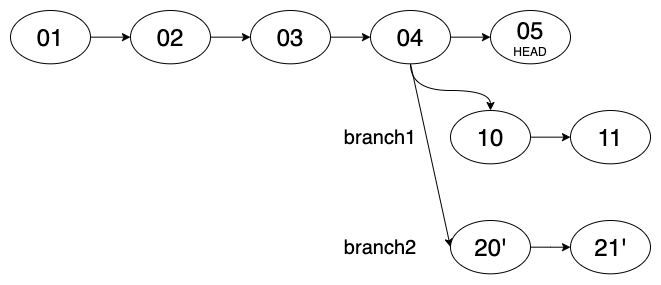
Before: img/05-Merge just branch2.png, a diagram exported from draw.io (dmuth/git-rebase-i-playground). Source tidied: cells renumbered, new cells last; positions are measured from the earlier drawing's top-left corner, leaving out a move shared by most shapes.
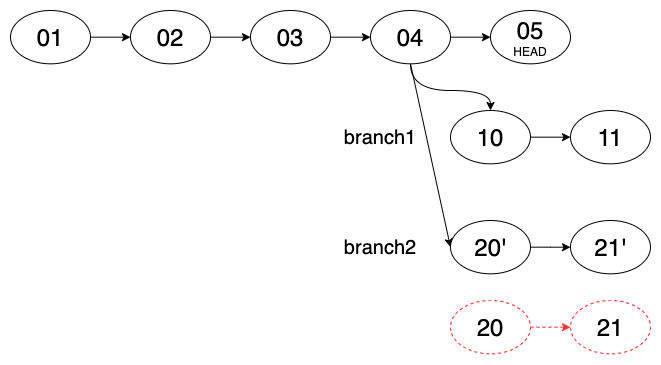
After the change.

Change to the diagram source:
```diff
@@ -64,5 +64,14 @@
         </Array>
       </mxGeometry>
     </mxCell>
+    <mxCell id="21" style="edgeStyle=orthogonalEdgeStyle;rounded=0;jettySize=auto;html=1;exitX=1;exitY=0.5;exitDx=0;exitDy=0;dashed=1;strokeColor=#FF3333;" parent="1" edge="1" source="22" target="23">
+      <mxGeometry relative="1" as="geometry" />
+    </mxCell>
+    <mxCell id="22" value="&lt;font style=&quot;font-size: 24px&quot;&gt;20&lt;/font&gt;" style="ellipse;whiteSpace=wrap;html=1;dashed=1;strokeColor=#FF3333;" parent="1" vertex="1">
+      <mxGeometry x="440" y="290" width="80" height="53.3" as="geometry" />
+    </mxCell>
+    <mxCell id="23" value="&lt;font style=&quot;font-size: 24px&quot;&gt;21&lt;/font&gt;" style="ellipse;whiteSpace=wrap;html=1;dashed=1;strokeColor=#FF3333;" parent="1" vertex="1">
+      <mxGeometry x="560" y="290" width="80" height="53.3" as="geometry" />
+    </mxCell>
   </root>
 </mxGraphModel>
```
